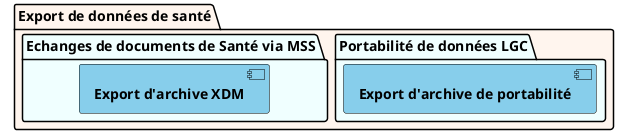
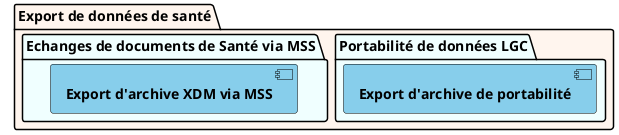
@startuml DiagrammePaquetage
!pragma layout smetana

hide stereotype

skinparam component {
  BorderColor black
  BackgroundColor #SkyBlue
  FontStyle bold
}

package "Export de données de santé" #Seashell   {
        package "Portabilité de données LGC" #Azure {
          component "Export d'archive de portabilité" [[specifications.html{Voir les spécifications}]]
        }
        package "Echanges de documents de Santé via MSS" #Azure {
-           component "Export d'archive XDM" [[https://esante.gouv.fr/volet-echange-de-documents-de-sante{Voir les spécifications}]]
+           component "Export d'archive XDM via MSS" [[https://esante.gouv.fr/volet-echange-de-documents-de-sante{Voir les spécifications}]]
        }
}

@enduml